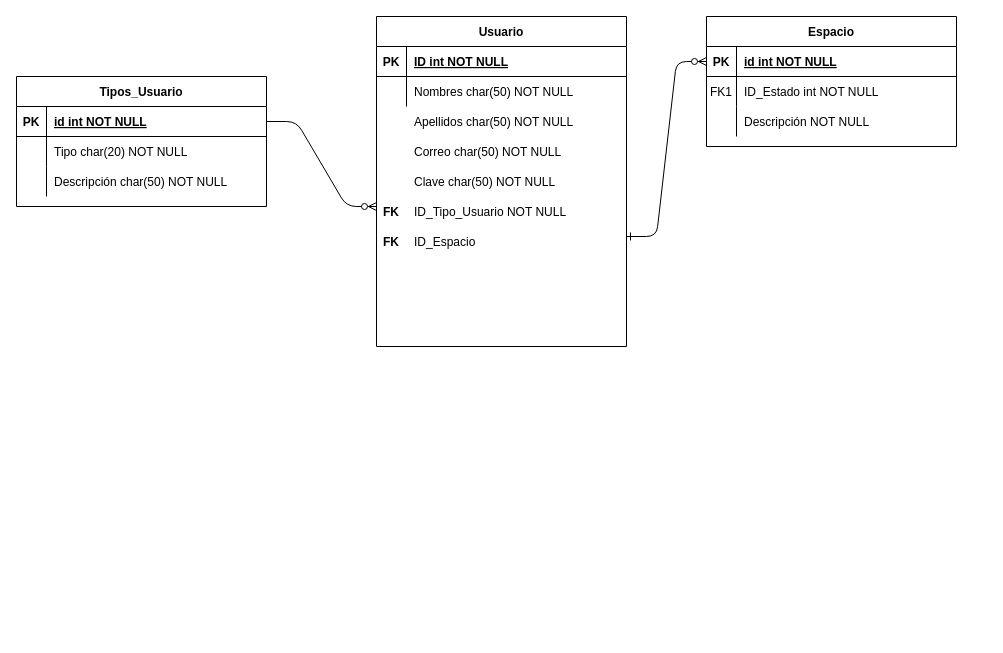
Above: Modelo Entidad-Relación.drawio in mnivia/Administracion-unidades-cerradas (draw.io), before the change. Source tidied: cells renumbered, new cells numbered last; positions are measured from the earlier drawing's top-left corner, leaving out a move shared by most shapes. Both pictures are drawn from the tidied source at 100%, with x=0, y=0 at pixel (16, 16).
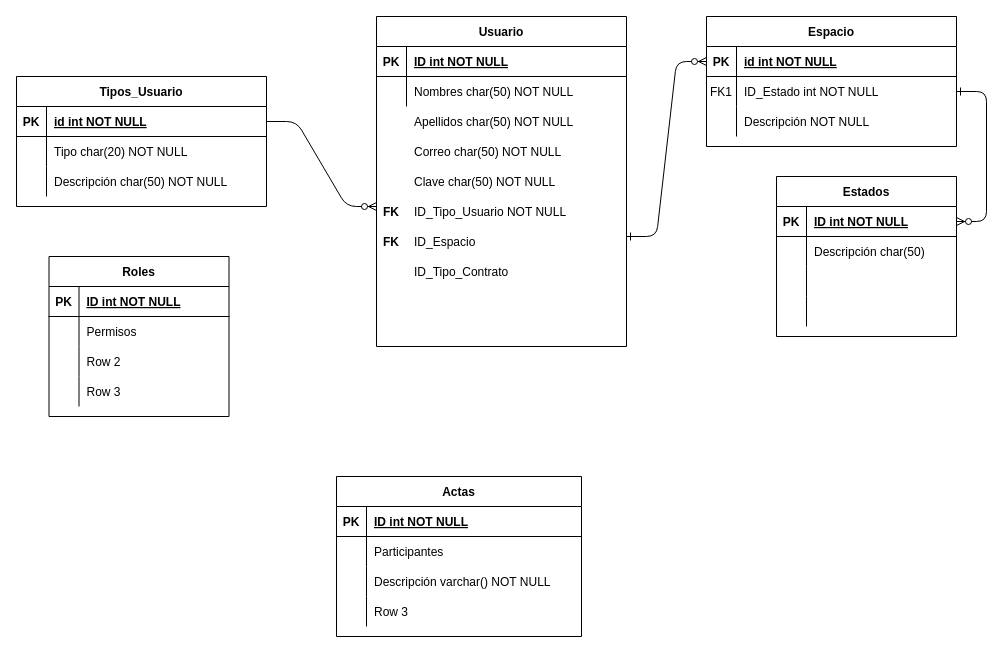
The same page after the edit.

Unchanged cells that the change refers to:
```xml
<mxCell id="7" style="shape=partialRectangle;fillColor=none;points=[[0,0.5],[1,0.5]];portConstraint=eastwest;top=0;left=0;right=0;bottom=0;" parent="3" vertex="1">
  <mxGeometry y="60" width="250" height="30" as="geometry" />
</mxCell>
```

The edit, as a diff of the source:
```diff
@@
+    <mxCell id="38" value="Actas" style="shape=table;startSize=30;childLayout=tableLayout;rowLines=0;fontStyle=1;align=center;" parent="1" vertex="1">
+      <mxGeometry x="320" y="460" width="245" height="160" as="geometry" />
+    </mxCell>
+    <mxCell id="39" style="shape=partialRectangle;fillColor=none;top=0;left=0;bottom=1;right=0;" parent="38" vertex="1">
+      <mxGeometry y="30" width="245" height="30" as="geometry" />
+    </mxCell>
+    <mxCell id="40" value="PK" style="shape=partialRectangle;fillColor=none;top=0;left=0;bottom=0;right=0;fontStyle=1;overflow=hidden;" parent="39" vertex="1">
+      <mxGeometry width="30" height="30" as="geometry" />
+    </mxCell>
+    <mxCell id="41" value="ID int NOT NULL" style="shape=partialRectangle;fillColor=none;top=0;left=0;bottom=0;right=0;align=left;spacingLeft=6;fontStyle=5;overflow=hidden;" parent="39" vertex="1">
+      <mxGeometry x="30" width="215" height="30" as="geometry" />
+    </mxCell>
+    <mxCell id="42" style="shape=partialRectangle;fillColor=none;top=0;left=0;bottom=0;right=0;" parent="38" vertex="1">
+      <mxGeometry y="60" width="245" height="30" as="geometry" />
+    </mxCell>
+    <mxCell id="43" style="shape=partialRectangle;fillColor=none;top=0;left=0;bottom=0;right=0;overflow=hidden;" parent="42" vertex="1">
+      <mxGeometry width="30" height="30" as="geometry" />
+    </mxCell>
+    <mxCell id="44" value="Participantes " style="shape=partialRectangle;fillColor=none;top=0;left=0;bottom=0;right=0;align=left;spacingLeft=6;overflow=hidden;" parent="42" vertex="1">
+      <mxGeometry x="30" width="215" height="30" as="geometry" />
+    </mxCell>
+    <mxCell id="45" style="shape=partialRectangle;fillColor=none;top=0;left=0;bottom=0;right=0;" parent="38" vertex="1">
+      <mxGeometry y="90" width="245" height="30" as="geometry" />
+    </mxCell>
+    <mxCell id="46" style="shape=partialRectangle;fillColor=none;top=0;left=0;bottom=0;right=0;overflow=hidden;" parent="45" vertex="1">
+      <mxGeometry width="30" height="30" as="geometry" />
+    </mxCell>
+    <mxCell id="47" value="Descripción varchar() NOT NULL" style="shape=partialRectangle;fillColor=none;top=0;left=0;bottom=0;right=0;align=left;spacingLeft=6;overflow=hidden;" parent="45" vertex="1">
+      <mxGeometry x="30" width="215" height="30" as="geometry" />
+    </mxCell>
+    <mxCell id="48" style="shape=partialRectangle;fillColor=none;top=0;left=0;bottom=0;right=0;" parent="38" vertex="1">
+      <mxGeometry y="120" width="245" height="30" as="geometry" />
+    </mxCell>
+    <mxCell id="49" style="shape=partialRectangle;fillColor=none;top=0;left=0;bottom=0;right=0;overflow=hidden;" parent="48" vertex="1">
+      <mxGeometry width="30" height="30" as="geometry" />
+    </mxCell>
+    <mxCell id="50" value="Row 3" style="shape=partialRectangle;fillColor=none;top=0;left=0;bottom=0;right=0;align=left;spacingLeft=6;overflow=hidden;" parent="48" vertex="1">
+      <mxGeometry x="30" width="215" height="30" as="geometry" />
+    </mxCell>
+    <mxCell id="51" value="ID_Tipo_Contrato" style="shape=partialRectangle;overflow=hidden;fillColor=none;top=0;left=0;bottom=0;right=0;align=left;spacingLeft=6;" parent="1" vertex="1">
+      <mxGeometry x="390" y="240" width="220" height="30" as="geometry" />
+    </mxCell>
+    <mxCell id="52" value="Roles" style="shape=table;startSize=30;childLayout=tableLayout;rowLines=0;fontStyle=1;align=center;" parent="1" vertex="1">
+      <mxGeometry x="32.5" y="240" width="180" height="160" as="geometry" />
+    </mxCell>
+    <mxCell id="53" style="shape=partialRectangle;fillColor=none;top=0;left=0;bottom=1;right=0;" parent="52" vertex="1">
+      <mxGeometry y="30" width="180" height="30" as="geometry" />
+    </mxCell>
+    <mxCell id="54" value="PK" style="shape=partialRectangle;fillColor=none;top=0;left=0;bottom=0;right=0;fontStyle=1;overflow=hidden;" parent="53" vertex="1">
+      <mxGeometry width="30" height="30" as="geometry" />
+    </mxCell>
+    <mxCell id="55" value="ID int NOT NULL" style="shape=partialRectangle;fillColor=none;top=0;left=0;bottom=0;right=0;align=left;spacingLeft=6;fontStyle=5;overflow=hidden;" parent="53" vertex="1">
+      <mxGeometry x="30" width="150" height="30" as="geometry" />
+    </mxCell>
+    <mxCell id="56" style="shape=partialRectangle;fillColor=none;top=0;left=0;bottom=0;right=0;" parent="52" vertex="1">
+      <mxGeometry y="60" width="180" height="30" as="geometry" />
+    </mxCell>
+    <mxCell id="57" style="shape=partialRectangle;fillColor=none;top=0;left=0;bottom=0;right=0;overflow=hidden;" parent="56" vertex="1">
+      <mxGeometry width="30" height="30" as="geometry" />
+    </mxCell>
+    <mxCell id="58" value="Permisos" style="shape=partialRectangle;fillColor=none;top=0;left=0;bottom=0;right=0;align=left;spacingLeft=6;overflow=hidden;" parent="56" vertex="1">
+      <mxGeometry x="30" width="150" height="30" as="geometry" />
+    </mxCell>
+    <mxCell id="59" style="shape=partialRectangle;fillColor=none;top=0;left=0;bottom=0;right=0;" parent="52" vertex="1">
+      <mxGeometry y="90" width="180" height="30" as="geometry" />
+    </mxCell>
+    <mxCell id="60" style="shape=partialRectangle;fillColor=none;top=0;left=0;bottom=0;right=0;overflow=hidden;" parent="59" vertex="1">
+      <mxGeometry width="30" height="30" as="geometry" />
+    </mxCell>
+    <mxCell id="61" value="Row 2" style="shape=partialRectangle;fillColor=none;top=0;left=0;bottom=0;right=0;align=left;spacingLeft=6;overflow=hidden;" parent="59" vertex="1">
+      <mxGeometry x="30" width="150" height="30" as="geometry" />
+    </mxCell>
+    <mxCell id="62" style="shape=partialRectangle;fillColor=none;top=0;left=0;bottom=0;right=0;" parent="52" vertex="1">
+      <mxGeometry y="120" width="180" height="30" as="geometry" />
+    </mxCell>
+    <mxCell id="63" style="shape=partialRectangle;fillColor=none;top=0;left=0;bottom=0;right=0;overflow=hidden;" parent="62" vertex="1">
+      <mxGeometry width="30" height="30" as="geometry" />
+    </mxCell>
+    <mxCell id="64" value="Row 3" style="shape=partialRectangle;fillColor=none;top=0;left=0;bottom=0;right=0;align=left;spacingLeft=6;overflow=hidden;" parent="62" vertex="1">
+      <mxGeometry x="30" width="150" height="30" as="geometry" />
+    </mxCell>
+    <mxCell id="65" value="Estados" style="shape=table;startSize=30;childLayout=tableLayout;rowLines=0;fontStyle=1;align=center;" parent="1" vertex="1">
+      <mxGeometry x="760" y="160" width="180" height="160" as="geometry" />
+    </mxCell>
+    <mxCell id="66" style="shape=partialRectangle;fillColor=none;top=0;left=0;bottom=1;right=0;points=[[0,0.5],[1,0.5]];portConstraint=eastwest;" parent="65" vertex="1">
+      <mxGeometry y="30" width="180" height="30" as="geometry" />
+    </mxCell>
+    <mxCell id="67" value="PK" style="shape=partialRectangle;fillColor=none;top=0;left=0;bottom=0;right=0;fontStyle=1;overflow=hidden;" parent="66" vertex="1">
+      <mxGeometry width="30" height="30" as="geometry" />
+    </mxCell>
+    <mxCell id="68" value="ID int NOT NULL" style="shape=partialRectangle;fillColor=none;top=0;left=0;bottom=0;right=0;align=left;spacingLeft=6;fontStyle=5;overflow=hidden;" parent="66" vertex="1">
+      <mxGeometry x="30" width="150" height="30" as="geometry" />
+    </mxCell>
+    <mxCell id="69" style="shape=partialRectangle;fillColor=none;top=0;left=0;bottom=0;right=0;" parent="65" vertex="1">
+      <mxGeometry y="60" width="180" height="30" as="geometry" />
+    </mxCell>
+    <mxCell id="70" style="shape=partialRectangle;fillColor=none;top=0;left=0;bottom=0;right=0;overflow=hidden;" parent="69" vertex="1">
+      <mxGeometry width="30" height="30" as="geometry" />
+    </mxCell>
+    <mxCell id="71" value="Descripción char(50)" style="shape=partialRectangle;fillColor=none;top=0;left=0;bottom=0;right=0;align=left;spacingLeft=6;overflow=hidden;" parent="69" vertex="1">
+      <mxGeometry x="30" width="150" height="30" as="geometry" />
+    </mxCell>
+    <mxCell id="72" style="shape=partialRectangle;fillColor=none;top=0;left=0;bottom=0;right=0;" parent="65" vertex="1">
+      <mxGeometry y="90" width="180" height="30" as="geometry" />
+    </mxCell>
+    <mxCell id="73" style="shape=partialRectangle;fillColor=none;top=0;left=0;bottom=0;right=0;overflow=hidden;" parent="72" vertex="1">
+      <mxGeometry width="30" height="30" as="geometry" />
+    </mxCell>
+    <mxCell id="74" style="shape=partialRectangle;fillColor=none;top=0;left=0;bottom=0;right=0;align=left;spacingLeft=6;overflow=hidden;" parent="72" vertex="1">
+      <mxGeometry x="30" width="150" height="30" as="geometry" />
+    </mxCell>
+    <mxCell id="75" style="shape=partialRectangle;fillColor=none;top=0;left=0;bottom=0;right=0;" parent="65" vertex="1">
+      <mxGeometry y="120" width="180" height="30" as="geometry" />
+    </mxCell>
+    <mxCell id="76" style="shape=partialRectangle;fillColor=none;top=0;left=0;bottom=0;right=0;overflow=hidden;" parent="75" vertex="1">
+      <mxGeometry width="30" height="30" as="geometry" />
+    </mxCell>
+    <mxCell id="77" style="shape=partialRectangle;fillColor=none;top=0;left=0;bottom=0;right=0;align=left;spacingLeft=6;overflow=hidden;" parent="75" vertex="1">
+      <mxGeometry x="30" width="150" height="30" as="geometry" />
+    </mxCell>
+    <mxCell id="78" style="edgeStyle=entityRelationEdgeStyle;endArrow=ERzeroToMany;startArrow=ERone;endFill=1;startFill=0;exitX=1;exitY=0.5;exitDx=0;exitDy=0;" parent="1" edge="1" source="7" target="66">
+      <mxGeometry relative="1" as="geometry" />
+    </mxCell>
```
